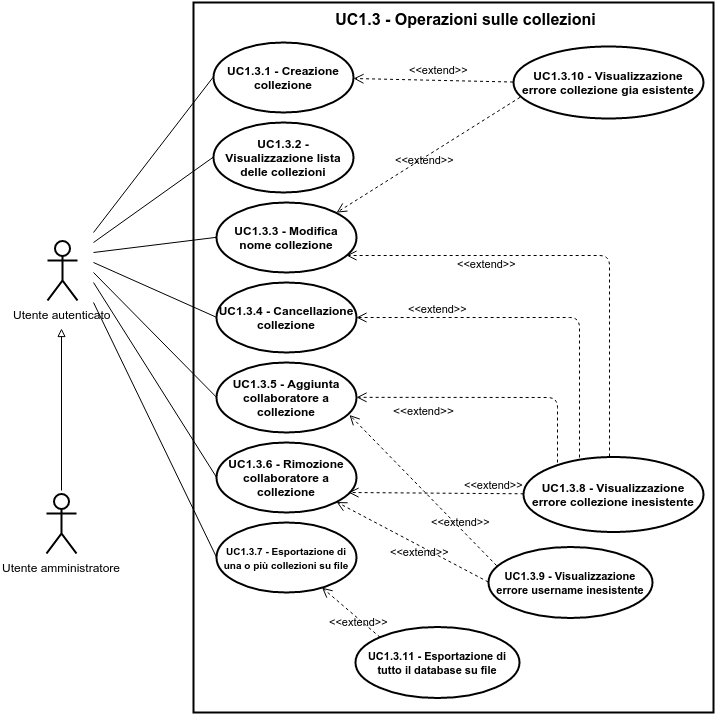
Earlier version of the draw.io export img/UseCases/UC1_3.png (ScalateKids/Actorbase-Documents). Source tidied: cells renumbered, new cells last; positions are measured from the earlier drawing's top-left corner, leaving out a move shared by most shapes.
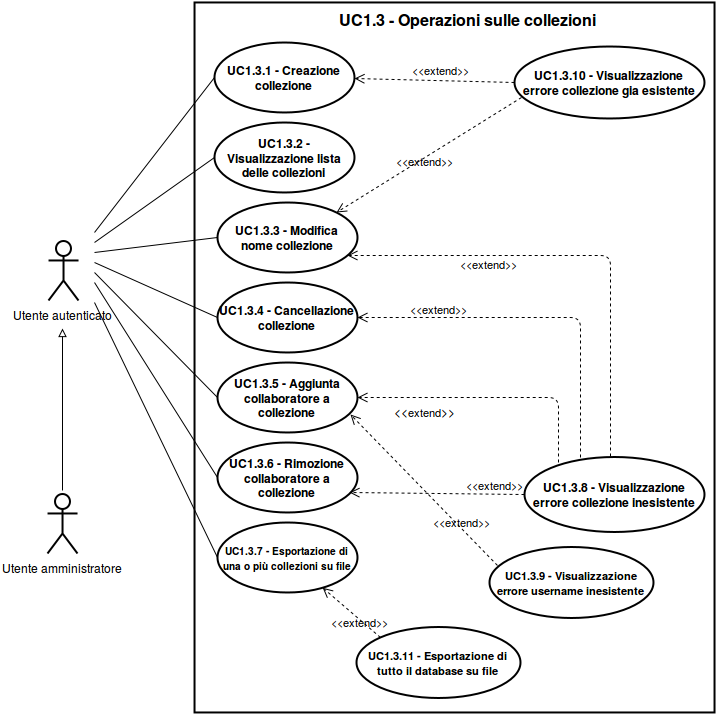
After the change.

Commit message:
fix some use case

Change to the diagram source:
```diff
@@ -27,17 +27,17 @@
       <mxGeometry x="167" y="40" width="140" height="70" as="geometry" />
     </mxCell>
     <mxCell id="10" style="endArrow=none;html=1;entryX=0;entryY=0.5;" parent="1" edge="1" target="9">
-      <mxGeometry x="450" y="-745.2" as="geometry">
+      <mxGeometry x="450" y="-745" as="geometry">
         <mxPoint x="47" y="230" as="sourcePoint" />
       </mxGeometry>
     </mxCell>
     <mxCell id="11" style="endArrow=none;html=1;entryX=0;entryY=0.5;" parent="1" edge="1" target="4">
-      <mxGeometry x="450" y="-665.2" as="geometry">
+      <mxGeometry x="450" y="-665" as="geometry">
         <mxPoint x="47" y="240" as="sourcePoint" />
       </mxGeometry>
     </mxCell>
     <mxCell id="12" style="endArrow=none;html=1;entryX=0;entryY=0.5;" parent="1" edge="1" target="5">
-      <mxGeometry x="450" y="-585.2" as="geometry">
+      <mxGeometry x="450" y="-585" as="geometry">
         <mxPoint x="47" y="250" as="sourcePoint" />
       </mxGeometry>
     </mxCell>
@@ -60,7 +60,7 @@
       <mxGeometry x="284" y="4" width="270" height="25" as="geometry" />
     </mxCell>
     <mxCell id="17" style="edgeStyle=orthogonalEdgeStyle;rounded=0;html=1;exitX=0.5;exitY=0.5;exitPerimeter=0;entryX=0.5;entryY=0.5;entryPerimeter=0;jettySize=auto;orthogonalLoop=1;" parent="1" edge="1" source="3" target="3">
-      <mxGeometry x="418.9" y="-552.2" as="geometry" />
+      <mxGeometry x="419" y="-552" as="geometry" />
     </mxCell>
     <mxCell id="18" value="&lt;b&gt;UC1.3.10 - Visualizzazione errore collezione gia esistente&lt;/b&gt;" style="ellipse;whiteSpace=wrap;html=1;shadow=0;glass=0;strokeWidth=2;fillColor=none;" parent="1" vertex="1">
       <mxGeometry x="467" y="44" width="190" height="72" as="geometry" />
@@ -94,7 +94,7 @@
       </mxGeometry>
     </mxCell>
     <mxCell id="24" value="&lt;font style=&quot;font-size: 11px&quot;&gt;&amp;lt;&amp;lt;extend&amp;gt;&amp;gt;&lt;/font&gt;" style="html=1;verticalAlign=bottom;endArrow=open;dashed=1;endSize=8;strokeWidth=1;exitX=0.036;exitY=0.71;entryX=1;entryY=0;exitPerimeter=0;labelBackgroundColor=none;" parent="1" edge="1" source="18" target="5">
-      <mxGeometry x="693.1" y="-725.2" as="geometry" />
+      <mxGeometry x="692" y="-725" as="geometry" />
     </mxCell>
     <mxCell id="25" value="&lt;font style=&quot;font-size: 11px&quot;&gt;&lt;b&gt;UC1.3.9 - Visualizzazione errore username inesistente&lt;/b&gt;&lt;/font&gt;" style="ellipse;whiteSpace=wrap;html=1;shadow=0;glass=0;strokeWidth=2;fillColor=none;" parent="1" vertex="1">
       <mxGeometry x="442" y="544" width="164" height="71" as="geometry" />
@@ -119,26 +119,24 @@
         <mxPoint x="58" as="offset" />
       </mxGeometry>
     </mxCell>
-    <mxCell id="29" value="&lt;font style=&quot;font-size: 11px&quot;&gt;&amp;lt;&amp;lt;extend&amp;gt;&amp;gt;&lt;/font&gt;" style="html=1;verticalAlign=bottom;endArrow=open;dashed=1;endSize=8;strokeWidth=1;exitX=0;exitY=0.5;entryX=1;entryY=1;labelBackgroundColor=none;" parent="1" edge="1" source="25" target="8">
-      <mxGeometry as="geometry">
-        <mxPoint x="8" y="18" as="offset" />
-      </mxGeometry>
+    <mxCell id="29" value="&lt;b&gt;&lt;font style=&quot;font-size: 10px&quot;&gt;UC1.3.7 - Esportazione di una o più collezioni su file&lt;/font&gt;&lt;/b&gt;" style="ellipse;whiteSpace=wrap;html=1;shadow=0;glass=0;strokeWidth=2;fillColor=none;" parent="1" vertex="1">
+      <mxGeometry x="170" y="520" width="140" height="70" as="geometry" />
     </mxCell>
-    <mxCell id="30" value="&lt;b&gt;&lt;font style=&quot;font-size: 10px&quot;&gt;UC1.3.7 - Esportazione di una o più collezioni su file&lt;/font&gt;&lt;/b&gt;" style="ellipse;whiteSpace=wrap;html=1;shadow=0;glass=0;strokeWidth=2;fillColor=none;" parent="1" vertex="1">
-      <mxGeometry x="170" y="520" width="140" height="70" as="geometry" />
+    <mxCell id="30" style="endArrow=none;html=1;exitX=0;exitY=0.5;" parent="1" edge="1" source="29">
+      <mxGeometry x="450" y="-520" as="geometry">
+        <mxPoint x="47" y="300" as="targetPoint" />
+      </mxGeometry>
     </mxCell>
-    <mxCell id="31" style="endArrow=none;html=1;exitX=0;exitY=0.5;" parent="1" edge="1" source="30">
-      <mxGeometry x="450" y="-520" as="geometry">
-        <mxPoint x="47" y="300" as="targetPoint" />
-      </mxGeometry>
+    <mxCell id="31" value="&lt;font style=&quot;font-size: 11px&quot;&gt;&lt;b&gt;UC1.3.11 - Esportazione di tutto il database su file&lt;/b&gt;&lt;/font&gt;" style="ellipse;whiteSpace=wrap;html=1;shadow=0;glass=0;strokeWidth=2;fillColor=none;" parent="1" vertex="1">
+      <mxGeometry x="309" y="624" width="164" height="71" as="geometry" />
     </mxCell>
-    <mxCell id="32" value="&lt;font style=&quot;font-size: 11px&quot;&gt;&lt;b&gt;UC1.3.11 - Esportazione di tutto il database su file&lt;/b&gt;&lt;/font&gt;" style="ellipse;whiteSpace=wrap;html=1;shadow=0;glass=0;strokeWidth=2;fillColor=none;" parent="1" vertex="1">
-      <mxGeometry x="309" y="624" width="164" height="71" as="geometry" />
+    <mxCell id="32" value="&lt;font style=&quot;font-size: 11px&quot;&gt;&amp;lt;&amp;lt;extend&amp;gt;&amp;gt;&lt;/font&gt;" style="html=1;verticalAlign=bottom;endArrow=open;dashed=1;endSize=8;strokeWidth=1;exitX=0;exitY=0;labelBackgroundColor=none;" parent="1" edge="1" source="31" target="29">
+      <mxGeometry x="-40" y="60" as="geometry">
+        <mxPoint x="8" y="18" as="offset" />
+      </mxGeometry>
     </mxCell>
-    <mxCell id="33" value="&lt;font style=&quot;font-size: 11px&quot;&gt;&amp;lt;&amp;lt;extend&amp;gt;&amp;gt;&lt;/font&gt;" style="html=1;verticalAlign=bottom;endArrow=open;dashed=1;endSize=8;strokeWidth=1;exitX=0;exitY=0;labelBackgroundColor=none;" parent="1" edge="1" source="32" target="30">
-      <mxGeometry x="-40" y="60" as="geometry">
-        <mxPoint x="8" y="18" as="offset" />
-      </mxGeometry>
+    <mxCell id="33" value="Utente amministratore" style="shape=umlActor;verticalLabelPosition=bottom;labelBackgroundColor=#ffffff;verticalAlign=top;html=1;shadow=0;glass=0;strokeWidth=2;fillColor=none;" parent="1" vertex="1">
+      <mxGeometry y="491" width="30" height="60" as="geometry" />
     </mxCell>
     <mxCell id="34" style="edgeStyle=orthogonalEdgeStyle;rounded=0;html=1;endArrow=block;endFill=0;jettySize=auto;orthogonalLoop=1;strokeWidth=1;fontSize=11;" parent="1" edge="1">
       <mxGeometry x="418" y="-494" as="geometry">
@@ -146,8 +144,5 @@
         <mxPoint x="15" y="326" as="targetPoint" />
       </mxGeometry>
     </mxCell>
-    <mxCell id="35" value="Utente amministratore" style="shape=umlActor;verticalLabelPosition=bottom;labelBackgroundColor=#ffffff;verticalAlign=top;html=1;shadow=0;glass=0;strokeWidth=2;fillColor=none;" parent="1" vertex="1">
-      <mxGeometry y="491" width="30" height="60" as="geometry" />
-    </mxCell>
   </root>
 </mxGraphModel>
```
